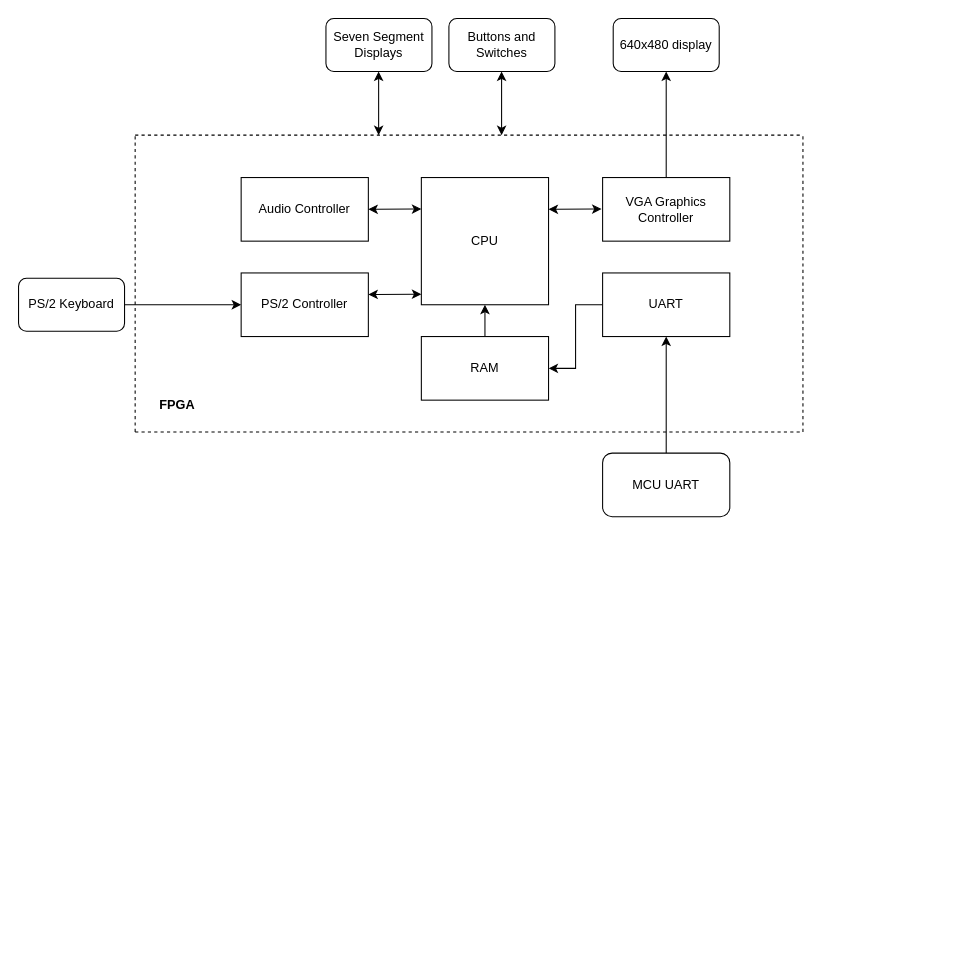
Above: Block Diagram.drawio in yismailsaadelgedawy/PROJ300 (draw.io), before the change. Source tidied: cells renumbered, new cells numbered last; positions are measured from the earlier drawing's top-left corner, leaving out a move shared by most shapes. Both pictures are drawn from the tidied source at 106%, with x=0, y=0 at pixel (18, 18).
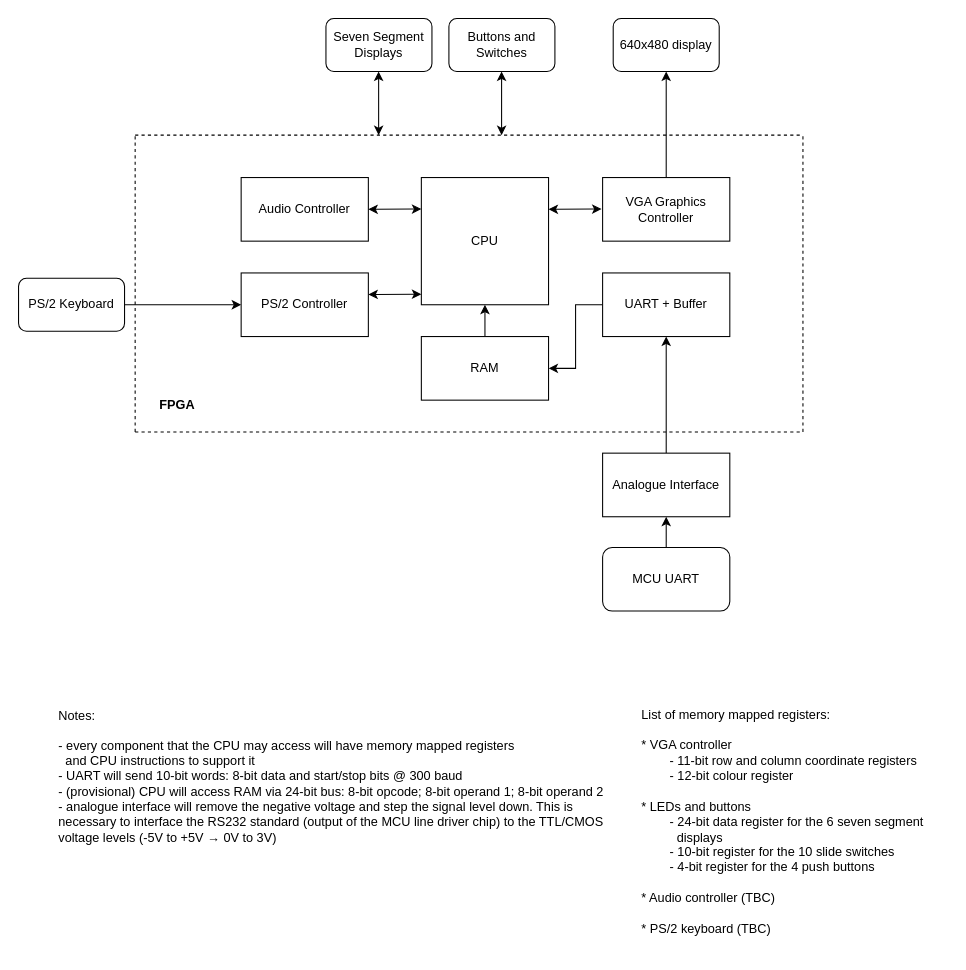
After the change.

What changed in the source:
```diff
@@
-    <mxCell id="15" value="UART" style="whiteSpace=wrap;html=1;" parent="1" vertex="1">
+    <mxCell id="15" value="UART + Buffer" style="whiteSpace=wrap;html=1;" parent="1" vertex="1">
       <mxGeometry x="551" y="240" width="120" height="60" as="geometry" />
     </mxCell>
-    <mxCell id="16" style="edgeStyle=orthogonalEdgeStyle;rounded=0;jettySize=auto;html=1;" parent="1" edge="1" source="17" target="15">
-      <mxGeometry relative="1" as="geometry" />
-    </mxCell>
+    <mxCell id="28" style="edgeStyle=orthogonalEdgeStyle;rounded=0;jettySize=auto;html=1;" parent="1" edge="1" source="17" target="32">
+      <mxGeometry relative="1" as="geometry" />
+    </mxCell>
     <mxCell id="17" value="MCU UART" style="rounded=1;whiteSpace=wrap;html=1;" parent="1" vertex="1">
-      <mxGeometry x="551" y="410" width="120" height="60" as="geometry" />
+      <mxGeometry x="551" y="499" width="120" height="60" as="geometry" />
     </mxCell>
@@
+    <mxCell id="29" value="&lt;div&gt;Notes:&lt;/div&gt;&lt;div&gt;&lt;br&gt;&lt;/div&gt;&lt;div&gt;- every component that the CPU may access will have memory mapped registers&lt;/div&gt;&lt;div&gt;&amp;nbsp; and CPU instructions to support it&lt;/div&gt;&lt;div&gt;- UART will send 10-bit words: 8-bit data and start/stop bits @ 300 baud&lt;/div&gt;&lt;div&gt;- (provisional) CPU will access RAM via 24-bit bus: 8-bit opcode; 8-bit operand 1; 8-bit operand 2&lt;/div&gt;&lt;div&gt;- analogue interface will remove the negative voltage and step the signal level down. This is necessary to interface the RS232 standard (output of the MCU line driver chip) to the TTL/CMOS voltage levels (-5V to +5V → 0V to 3V)&lt;/div&gt;" style="text;html=1;strokeColor=none;fillColor=none;align=left;verticalAlign=middle;whiteSpace=wrap;rounded=0;" parent="1" vertex="1">
+      <mxGeometry x="36" y="700" width="530" height="30" as="geometry" />
+    </mxCell>
+    <mxCell id="30" value="&lt;div&gt;List of memory mapped registers:&lt;/div&gt;&lt;div&gt;&lt;br&gt;&lt;/div&gt;&lt;div&gt;* VGA controller&lt;/div&gt;&lt;div&gt;&lt;span style=&quot;white-space: pre;&quot;&gt;&#9;&lt;/span&gt;- 11-bit row and column coordinate registers&lt;span style=&quot;&quot;&gt;&lt;/span&gt;&lt;/div&gt;&lt;div&gt;&lt;span style=&quot;&quot;&gt;&lt;span style=&quot;white-space: pre;&quot;&gt;&#9;&lt;/span&gt;- 12-bit colour register&lt;/span&gt;&lt;/div&gt;&lt;div&gt;&lt;span style=&quot;&quot;&gt;&lt;br&gt;&lt;/span&gt;&lt;/div&gt;&lt;div&gt;&lt;span style=&quot;&quot;&gt;* LEDs and buttons&lt;/span&gt;&lt;/div&gt;&lt;div&gt;&lt;span style=&quot;&quot;&gt;&lt;span style=&quot;white-space: pre;&quot;&gt;&#9;&lt;/span&gt;- 24-bit data register for the 6 seven segment &lt;span style=&quot;white-space: pre;&quot;&gt;&#9;&lt;/span&gt;&amp;nbsp; displays&lt;br&gt;&lt;/span&gt;&lt;/div&gt;&lt;div&gt;&lt;span style=&quot;&quot;&gt;&lt;span style=&quot;white-space: pre;&quot;&gt;&#9;&lt;/span&gt;- 10-bit register for the 10 slide switches&lt;br&gt;&lt;/span&gt;&lt;/div&gt;&lt;div&gt;&lt;span style=&quot;&quot;&gt;&lt;span style=&quot;white-space: pre;&quot;&gt;&#9;&lt;/span&gt;- 4-bit register for the 4 push buttons&lt;br&gt;&lt;/span&gt;&lt;/div&gt;&lt;div&gt;&lt;br&gt;&lt;/div&gt;&lt;div&gt;* Audio controller (TBC)&lt;/div&gt;&lt;div&gt;&lt;br&gt;&lt;/div&gt;&lt;div&gt;* PS/2 keyboard (TBC)&lt;/div&gt;&lt;div&gt;&lt;br&gt;&lt;/div&gt;" style="text;html=1;strokeColor=none;fillColor=none;align=left;verticalAlign=middle;whiteSpace=wrap;rounded=0;" parent="1" vertex="1">
+      <mxGeometry x="586" y="720" width="290" height="90" as="geometry" />
+    </mxCell>
+    <mxCell id="31" style="edgeStyle=orthogonalEdgeStyle;rounded=0;jettySize=auto;html=1;" parent="1" edge="1" source="32" target="15">
+      <mxGeometry relative="1" as="geometry" />
+    </mxCell>
+    <mxCell id="32" value="Analogue Interface" style="rounded=0;whiteSpace=wrap;html=1;" parent="1" vertex="1">
+      <mxGeometry x="551" y="410" width="120" height="60" as="geometry" />
+    </mxCell>
```
